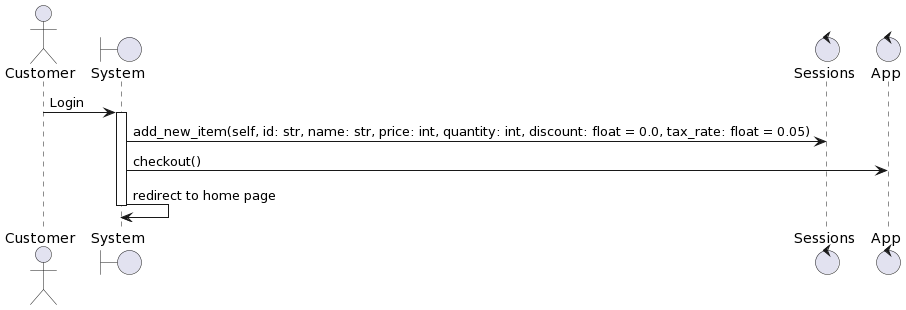
Earlier version of the PlantUML export diagrams/sequences/create_order.png (asteene/RestaurantPOS). Source of this version:
```plantuml
@startuml
actor Customer
boundary "System" as system
control "Sessions" as sessions
control "App" as app
Customer -> system: Login
activate system
system -> sessions: add_new_item(self, id: str, name: str, price: int, quantity: int, discount: float = 0.0, tax_rate: float = 0.05)
system -> app: checkout()
system -> system: redirect to home page
deactivate system
@enduml
```
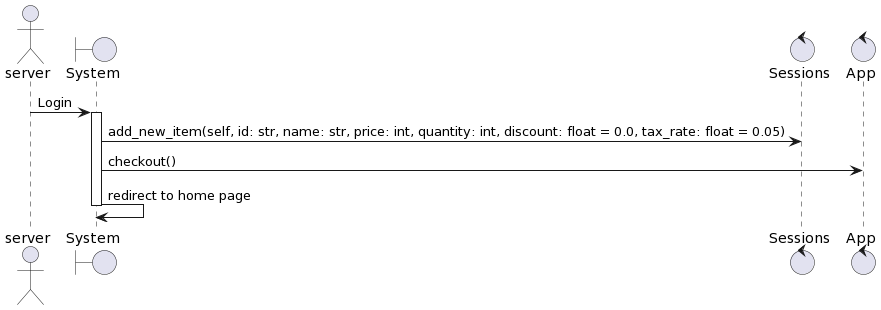
After the change.

Commit message:
added delete_order uml

The edit, as a diff of the source:
```diff
@@ -1,9 +1,9 @@
 @startuml
-actor Customer
+actor server
 boundary "System" as system
 control "Sessions" as sessions
 control "App" as app
-Customer -> system: Login
+server -> system: Login
 activate system
 system -> sessions: add_new_item(self, id: str, name: str, price: int, quantity: int, discount: float = 0.0, tax_rate: float = 0.05)
 system -> app: checkout()
```
